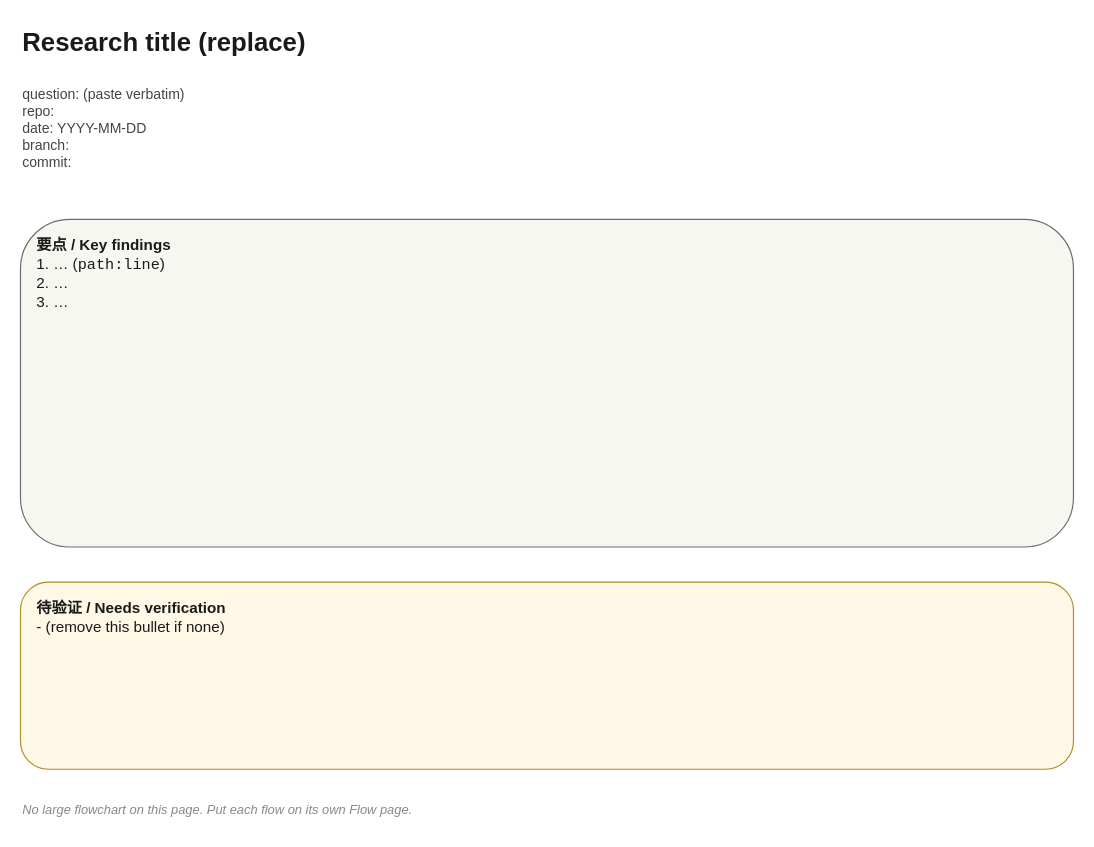
The draw.io diagram page "Overview" (1 of 2) of .claude/skills/rc929/templates/research-starter.drawio in OTLorz2/rc929, before the edit. Source tidied: cells renumbered, new cells numbered last; positions are measured from the earlier drawing's top-left corner, leaving out a move shared by most shapes. Both pictures are drawn from the tidied source at 117%, with x=0, y=0 at pixel (20, 20).
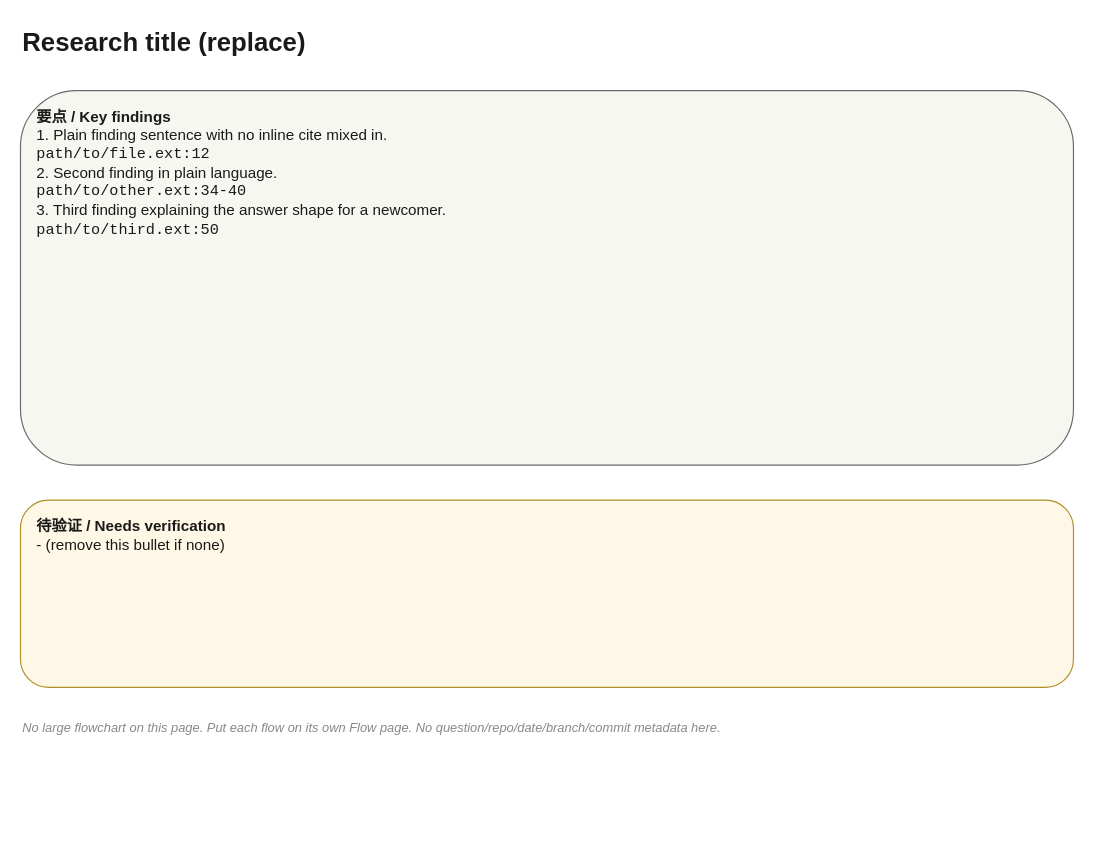
After the change.

Commit message (it also covers changes not shown here):
feat(rc929): rich starter Flow vocabulary and Overview prose+cite sample

Change to the diagram source:
```diff
@@
 <mxGraphModel>
   <root>
     <mxCell id="0" />
     <mxCell id="1" parent="0" />
     <mxCell id="2" value="Research title (replace)" style="text;html=1;strokeColor=none;fillColor=none;align=left;verticalAlign=middle;whiteSpace=wrap;rounded=0;fontSize=22;fontStyle=1;fontColor=#1A1A1A;" parent="1" vertex="1">
       <mxGeometry width="720" height="40" as="geometry" />
     </mxCell>
-    <mxCell id="3" value="question: (paste verbatim)&#10;repo: &#10;date: YYYY-MM-DD&#10;branch: &#10;commit: " style="text;html=1;strokeColor=none;fillColor=none;align=left;verticalAlign=top;whiteSpace=wrap;rounded=0;fontSize=12;fontColor=#444444;fontFamily=Helvetica;" parent="1" vertex="1">
-      <mxGeometry y="50" width="520" height="100" as="geometry" />
-    </mxCell>
-    <mxCell id="4" value="&lt;b&gt;要点 / Key findings&lt;/b&gt;&lt;br&gt;1. … (&lt;code&gt;path:line&lt;/code&gt;)&lt;br&gt;2. …&lt;br&gt;3. …" style="rounded=1;whiteSpace=wrap;html=1;align=left;verticalAlign=top;spacingLeft=12;spacingTop=8;fillColor=#F7F7F2;strokeColor=#6B6B6B;fontColor=#1A1A1A;fontSize=13;" parent="1" vertex="1">
-      <mxGeometry y="170" width="900" height="280" as="geometry" />
+    <mxCell id="4" value="&lt;b&gt;要点 / Key findings&lt;/b&gt;&lt;br&gt;1. Plain finding sentence with no inline cite mixed in.&lt;br&gt;&lt;code&gt;path/to/file.ext:12&lt;/code&gt;&lt;br&gt;2. Second finding in plain language.&lt;br&gt;&lt;code&gt;path/to/other.ext:34-40&lt;/code&gt;&lt;br&gt;3. Third finding explaining the answer shape for a newcomer.&lt;br&gt;&lt;code&gt;path/to/third.ext:50&lt;/code&gt;" style="rounded=1;whiteSpace=wrap;html=1;align=left;verticalAlign=top;spacingLeft=12;spacingTop=8;fillColor=#F7F7F2;strokeColor=#6B6B6B;fontColor=#1A1A1A;fontSize=13;" parent="1" vertex="1">
+      <mxGeometry y="60" width="900" height="320" as="geometry" />
     </mxCell>
     <mxCell id="5" value="&lt;b&gt;待验证 / Needs verification&lt;/b&gt;&lt;br&gt;- (remove this bullet if none)" style="rounded=1;whiteSpace=wrap;html=1;align=left;verticalAlign=top;spacingLeft=12;spacingTop=8;fillColor=#FFF8E7;strokeColor=#B08D2A;fontColor=#1A1A1A;fontSize=13;" parent="1" vertex="1">
-      <mxGeometry y="480" width="900" height="160" as="geometry" />
+      <mxGeometry y="410" width="900" height="160" as="geometry" />
     </mxCell>
-    <mxCell id="6" value="No large flowchart on this page. Put each flow on its own Flow page." style="text;html=1;strokeColor=none;fillColor=none;align=left;verticalAlign=middle;whiteSpace=wrap;rounded=0;fontSize=11;fontColor=#888888;fontStyle=2;" parent="1" vertex="1">
-      <mxGeometry y="660" width="600" height="30" as="geometry" />
+    <mxCell id="6" value="No large flowchart on this page. Put each flow on its own Flow page. No question/repo/date/branch/commit metadata here." style="text;html=1;strokeColor=none;fillColor=none;align=left;verticalAlign=middle;whiteSpace=wrap;rounded=0;fontSize=11;fontColor=#888888;fontStyle=2;" parent="1" vertex="1">
+      <mxGeometry y="590" width="900" height="30" as="geometry" />
     </mxCell>
   </root>
 </mxGraphModel>
```
